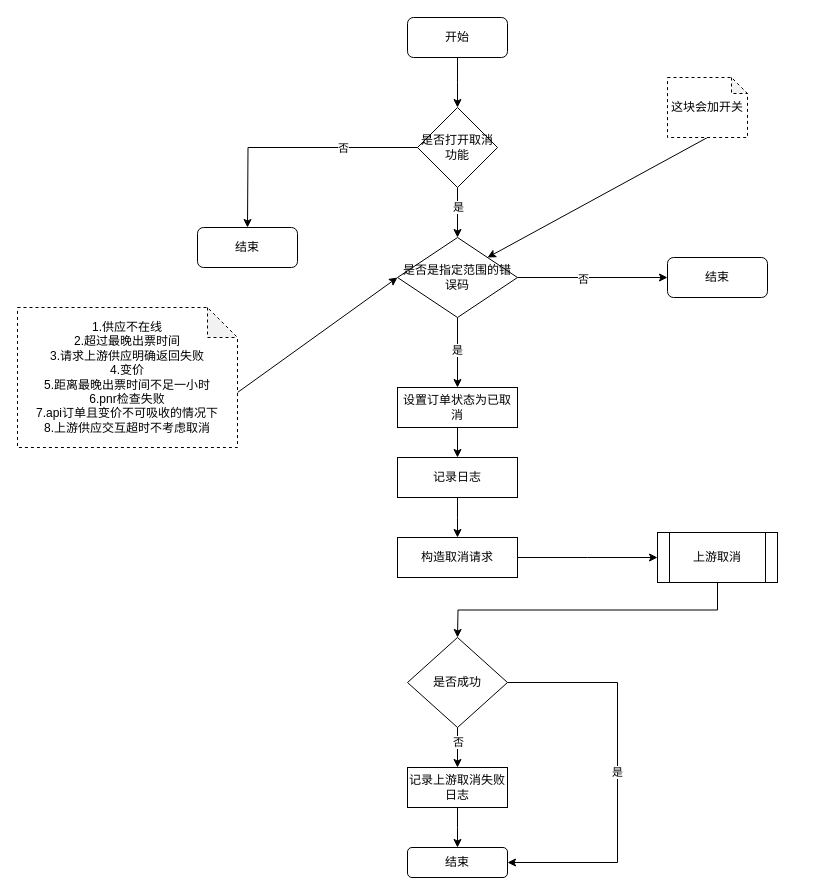
This is page "取消订单处理" (4 of 9) of pkfare/paycheck-refactor/新支付前校验流程.drawio from zhangweixin/design-diagram, a draw.io file, before an edit. Source tidied: cells renumbered, new cells numbered last; positions are measured from the earlier drawing's top-left corner, leaving out a move shared by most shapes. Both pictures are drawn from the tidied source at 100%, with x=0, y=0 at pixel (17, 17).
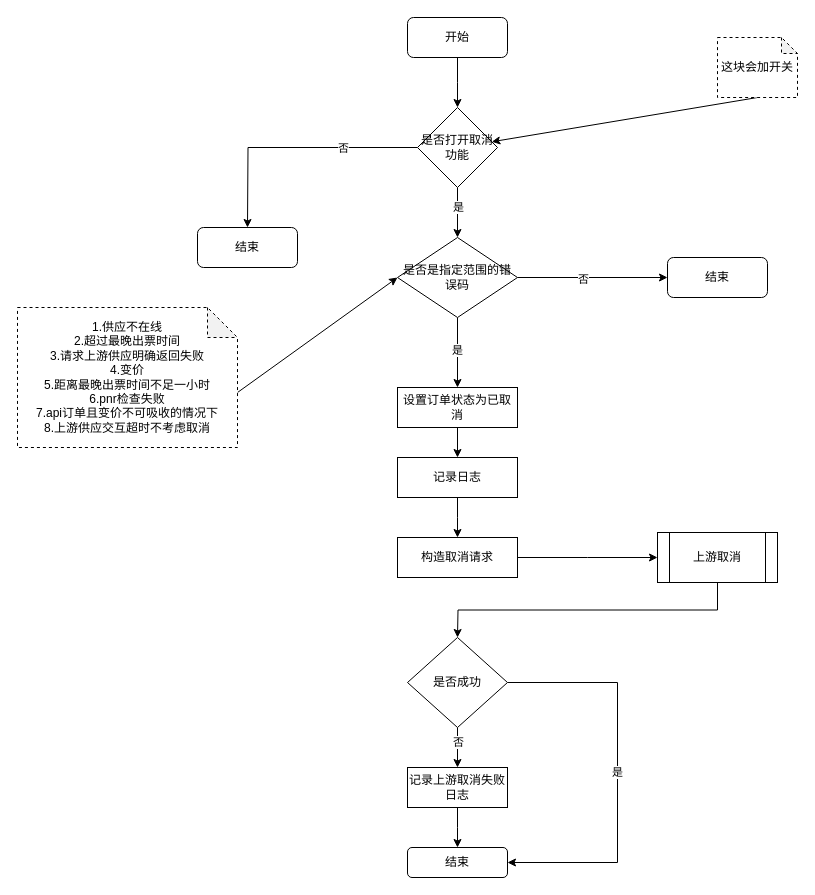
The same page after the edit.

The change refers to these unchanged cells:
```xml
<mxCell id="8" value="是否是指定范围的错误码" style="rhombus;whiteSpace=wrap;html=1;" parent="1" vertex="1">
  <mxGeometry x="380" y="220" width="120" height="80" as="geometry" />
</mxCell>
<mxCell id="31" value="是否打开取消功能" style="rhombus;whiteSpace=wrap;html=1;" parent="1" vertex="1">
  <mxGeometry x="400" y="90" width="80" height="80" as="geometry" />
</mxCell>
```

Diff of the diagram source:
```diff
@@
-    <mxCell id="14" style="rounded=0;jettySize=auto;html=1;exitX=0.5;exitY=1;exitDx=0;exitDy=0;exitPerimeter=0;entryX=1;entryY=0;entryDx=0;entryDy=0;" parent="1" edge="1" source="15" target="8">
+    <mxCell id="14" style="rounded=0;jettySize=auto;html=1;exitX=0.5;exitY=1;exitDx=0;exitDy=0;exitPerimeter=0;" parent="1" edge="1" source="15" target="31">
       <mxGeometry relative="1" as="geometry" />
     </mxCell>
     <mxCell id="15" value="这块会加开关" style="shape=note;whiteSpace=wrap;html=1;backgroundOutline=1;darkOpacity=0.05;dashed=1;size=16;" parent="1" vertex="1">
-      <mxGeometry x="650" y="60" width="80" height="60" as="geometry" />
+      <mxGeometry x="700" y="20" width="80" height="60" as="geometry" />
     </mxCell>
```
